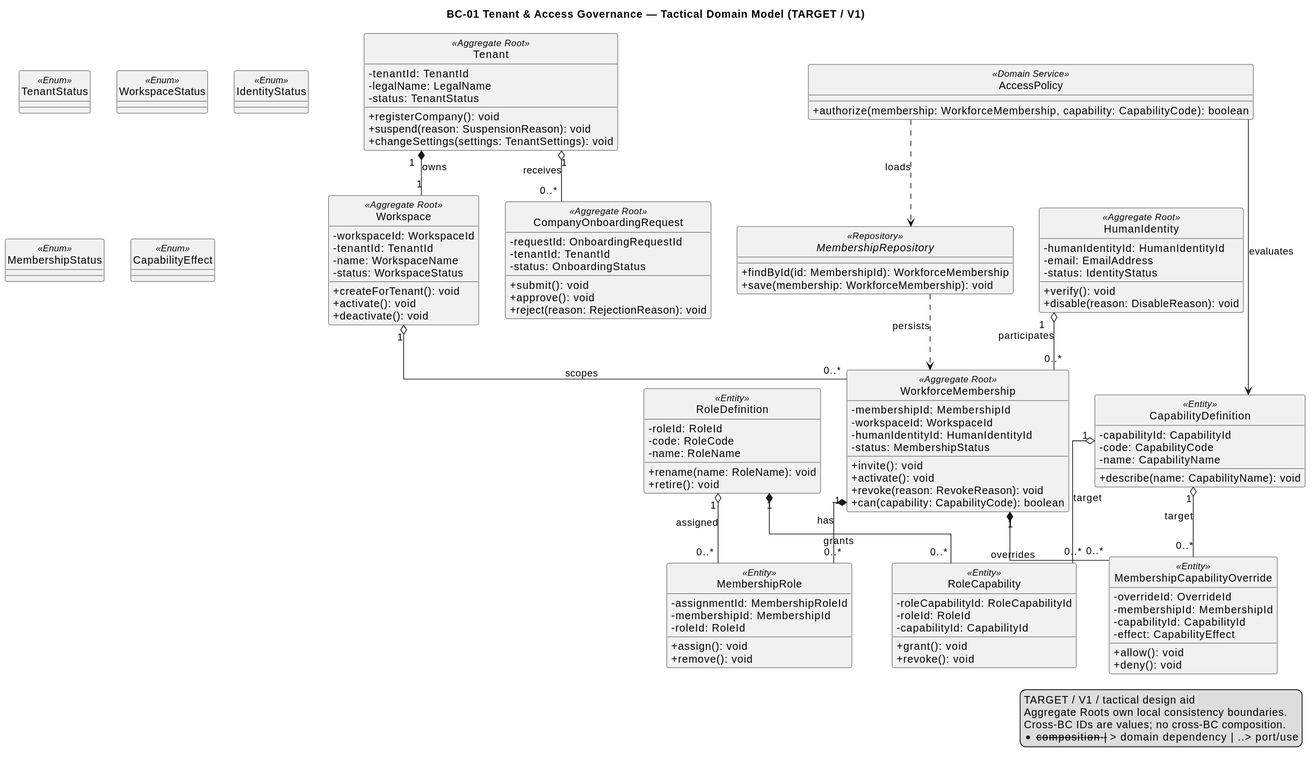
The PlantUML diagram 01-shared/domain/bounded-contexts/BC-01-tenant-access-governance/diagrams/BC01_TenantAccessGovernance.svg in nexa-suite/blueprint, before a commit. The source it was exported from:
```plantuml
@startuml
title BC-01 Tenant & Access Governance — Tactical Domain Model (TARGET / V1)
hide circle
skinparam classAttributeIconSize 0
skinparam shadowing false
skinparam linetype ortho

class Tenant <<Aggregate Root>> {
  -tenantId: TenantId
  -legalName: LegalName
  -status: TenantStatus
  +registerCompany(): void
  +suspend(reason: SuspensionReason): void
  +changeSettings(settings: TenantSettings): void
}

class Workspace <<Aggregate Root>> {
  -workspaceId: WorkspaceId
  -tenantId: TenantId
  -name: WorkspaceName
  -status: WorkspaceStatus
  +createForTenant(): void
  +activate(): void
  +deactivate(): void
}

class HumanIdentity <<Aggregate Root>> {
  -humanIdentityId: HumanIdentityId
  -email: EmailAddress
  -status: IdentityStatus
  +verify(): void
  +disable(reason: DisableReason): void
}

class CompanyOnboardingRequest <<Aggregate Root>> {
  -requestId: OnboardingRequestId
  -tenantId: TenantId
  -status: OnboardingStatus
  +submit(): void
  +approve(): void
  +reject(reason: RejectionReason): void
}

class WorkforceMembership <<Aggregate Root>> {
  -membershipId: MembershipId
  -workspaceId: WorkspaceId
  -humanIdentityId: HumanIdentityId
  -status: MembershipStatus
  +invite(): void
  +activate(): void
  +revoke(reason: RevokeReason): void
  +can(capability: CapabilityCode): boolean
}

class RoleDefinition <<Entity>> {
  -roleId: RoleId
  -code: RoleCode
  -name: RoleName
  +rename(name: RoleName): void
  +retire(): void
}

class CapabilityDefinition <<Entity>> {
  -capabilityId: CapabilityId
  -code: CapabilityCode
  -name: CapabilityName
  +describe(name: CapabilityName): void
}

class MembershipRole <<Entity>> {
  -assignmentId: MembershipRoleId
  -membershipId: MembershipId
  -roleId: RoleId
  +assign(): void
  +remove(): void
}

class RoleCapability <<Entity>> {
  -roleCapabilityId: RoleCapabilityId
  -roleId: RoleId
  -capabilityId: CapabilityId
  +grant(): void
  +revoke(): void
}

class MembershipCapabilityOverride <<Entity>> {
  -overrideId: OverrideId
  -membershipId: MembershipId
  -capabilityId: CapabilityId
  -effect: CapabilityEffect
  +allow(): void
  +deny(): void
}

interface MembershipRepository <<Repository>> {
  +findById(id: MembershipId): WorkforceMembership
  +save(membership: WorkforceMembership): void
}

class AccessPolicy <<Domain Service>> {
  +authorize(membership: WorkforceMembership, capability: CapabilityCode): boolean
}

enum TenantStatus <<Enum>>
enum WorkspaceStatus <<Enum>>
enum IdentityStatus <<Enum>>
enum MembershipStatus <<Enum>>
enum CapabilityEffect <<Enum>>

Tenant "1" *-- "1" Workspace : owns
Tenant "1" o-- "0..*" CompanyOnboardingRequest : receives
Workspace "1" o-- "0..*" WorkforceMembership : scopes
HumanIdentity "1" o-- "0..*" WorkforceMembership : participates
WorkforceMembership "1" *-- "0..*" MembershipRole : has
WorkforceMembership "1" *-- "0..*" MembershipCapabilityOverride : overrides
RoleDefinition "1" o-- "0..*" MembershipRole : assigned
RoleDefinition "1" *-- "0..*" RoleCapability : grants
CapabilityDefinition "1" o-- "0..*" RoleCapability : target
CapabilityDefinition "1" o-- "0..*" MembershipCapabilityOverride : target
MembershipRepository ..> WorkforceMembership : persists
AccessPolicy ..> MembershipRepository : loads
AccessPolicy --> CapabilityDefinition : evaluates

legend right
TARGET / V1 / tactical design aid
Aggregate Roots own local consistency boundaries.
Cross-BC IDs are values; no cross-BC composition.
*-- composition | --> domain dependency | ..> port/use
endlegend
@enduml
```
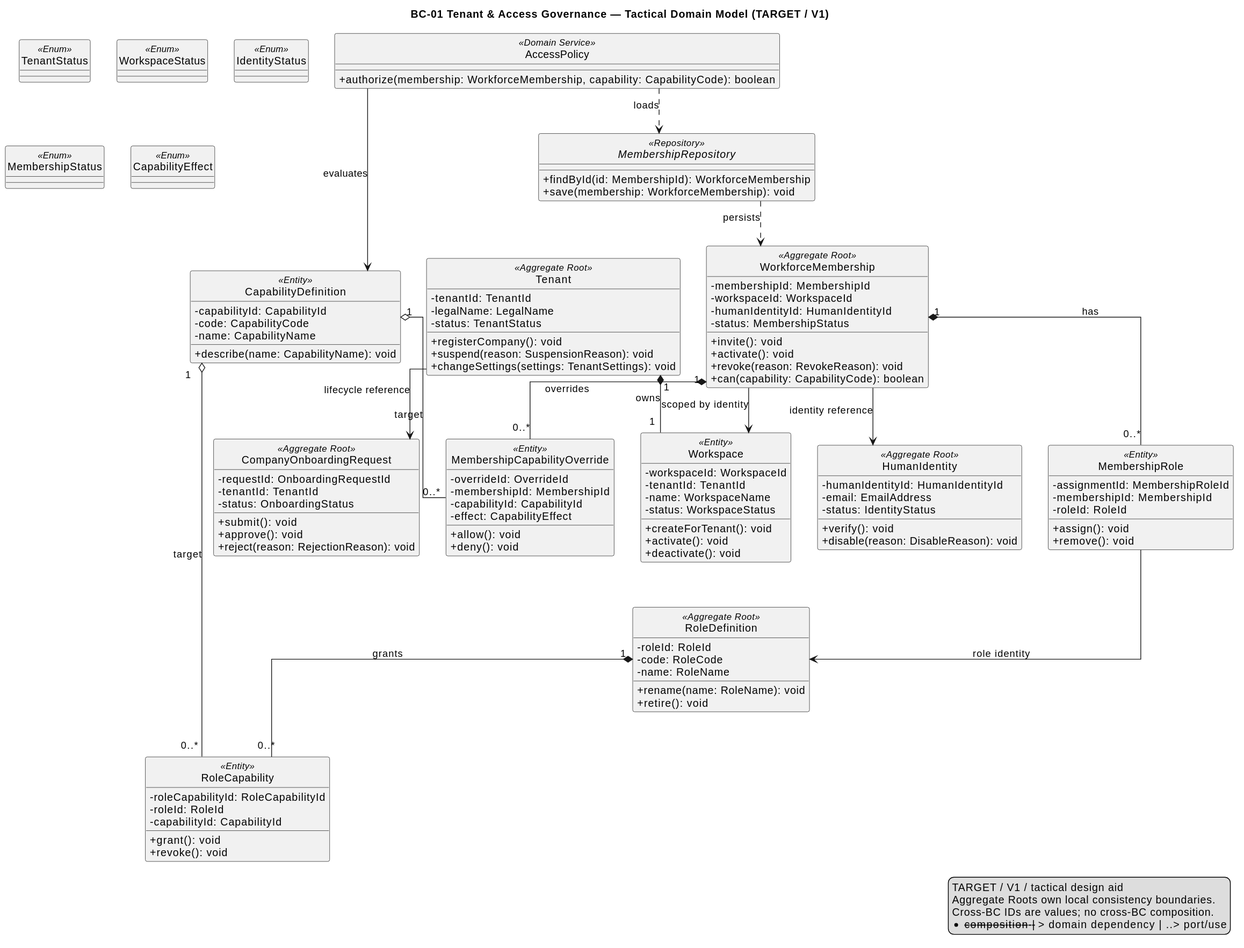
The same diagram one commit later.

Diff of the diagram source:
```diff
@@ -14,7 +14,7 @@
   +changeSettings(settings: TenantSettings): void
 }
 
-class Workspace <<Aggregate Root>> {
+class Workspace <<Entity>> {
   -workspaceId: WorkspaceId
   -tenantId: TenantId
   -name: WorkspaceName
@@ -52,7 +52,7 @@
   +can(capability: CapabilityCode): boolean
 }
 
-class RoleDefinition <<Entity>> {
+class RoleDefinition <<Aggregate Root>> {
   -roleId: RoleId
   -code: RoleCode
   -name: RoleName
@@ -108,12 +108,12 @@
 enum CapabilityEffect <<Enum>>
 
 Tenant "1" *-- "1" Workspace : owns
-Tenant "1" o-- "0..*" CompanyOnboardingRequest : receives
-Workspace "1" o-- "0..*" WorkforceMembership : scopes
-HumanIdentity "1" o-- "0..*" WorkforceMembership : participates
+Tenant --> CompanyOnboardingRequest : lifecycle reference
+WorkforceMembership --> Workspace : scoped by identity
+WorkforceMembership --> HumanIdentity : identity reference
 WorkforceMembership "1" *-- "0..*" MembershipRole : has
 WorkforceMembership "1" *-- "0..*" MembershipCapabilityOverride : overrides
-RoleDefinition "1" o-- "0..*" MembershipRole : assigned
+MembershipRole --> RoleDefinition : role identity
 RoleDefinition "1" *-- "0..*" RoleCapability : grants
 CapabilityDefinition "1" o-- "0..*" RoleCapability : target
 CapabilityDefinition "1" o-- "0..*" MembershipCapabilityOverride : target
```
